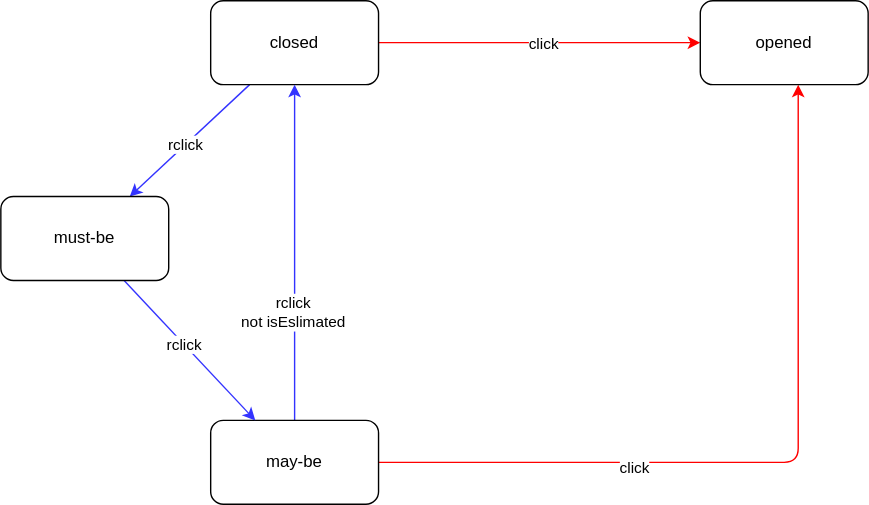
Above: app/parts/mine.memo.drawio.svg in kazumatu981/minesweeper (draw.io), before the change. Source tidied: cells renumbered, new cells last; positions are measured from the earlier drawing's top-left corner, leaving out a move shared by most shapes.
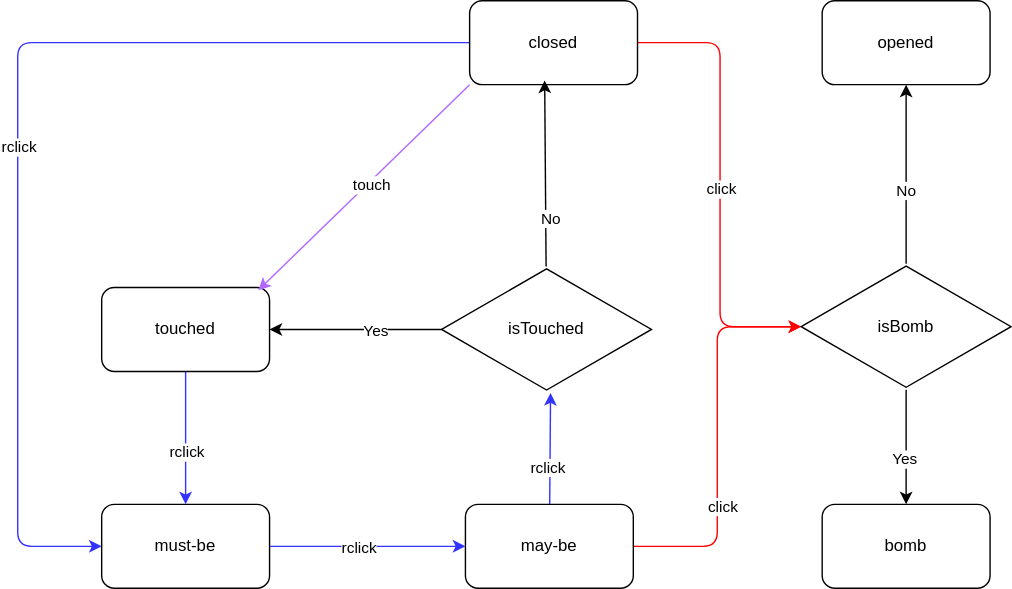
Above is the later version.

Change to the diagram source:
```diff
@@ -3,32 +3,33 @@
     <mxCell id="0" />
     <mxCell id="1" parent="0" />
     <mxCell id="2" style="edgeStyle=none;html=1;strokeColor=#3333FF;" parent="1" edge="1" source="6" target="14">
-      <mxGeometry relative="1" as="geometry" />
+      <mxGeometry relative="1" as="geometry">
+        <Array as="points">
+          <mxPoint x="-170" y="-30" />
+          <mxPoint x="-170" y="330" />
+        </Array>
+      </mxGeometry>
     </mxCell>
     <mxCell id="3" value="rclick" style="edgeLabel;html=1;align=center;verticalAlign=middle;" parent="2" vertex="1">
       <mxGeometry x="0.07" relative="1" as="geometry" />
     </mxCell>
-    <mxCell id="4" style="edgeStyle=none;html=1;strokeColor=#FF0000;" parent="1" edge="1" source="6" target="15">
+    <mxCell id="4" style="edgeStyle=elbowEdgeStyle;html=1;strokeColor=#FF0000;" parent="1" edge="1" source="6" target="28">
       <mxGeometry relative="1" as="geometry" />
     </mxCell>
     <mxCell id="5" value="click" style="edgeLabel;html=1;align=center;verticalAlign=middle;" parent="4" vertex="1">
       <mxGeometry x="0.02" relative="1" as="geometry" />
     </mxCell>
     <mxCell id="6" value="closed" style="rounded=1;whiteSpace=wrap;html=1;" parent="1" vertex="1">
-      <mxGeometry x="150" width="120" height="60" as="geometry" />
+      <mxGeometry x="153" y="-60" width="120" height="60" as="geometry" />
     </mxCell>
-    <mxCell id="7" style="edgeStyle=none;html=1;strokeColor=#3333FF;" parent="1" edge="1" source="11" target="6">
+    <mxCell id="7" style="edgeStyle=none;html=1;strokeColor=#3333FF;entryX=0.519;entryY=1.004;entryDx=0;entryDy=0;entryPerimeter=0;" parent="1" edge="1" source="11" target="18">
       <mxGeometry relative="1" as="geometry" />
     </mxCell>
-    <mxCell id="8" value="&lt;div&gt;rclick&lt;br&gt;not isEslimated&lt;/div&gt;" style="edgeLabel;html=1;align=center;verticalAlign=middle;" parent="7" vertex="1">
+    <mxCell id="8" value="rclick" style="edgeLabel;html=1;align=center;verticalAlign=middle;" parent="7" vertex="1">
       <mxGeometry x="-0.35" y="2" relative="1" as="geometry" />
     </mxCell>
-    <mxCell id="9" style="edgeStyle=elbowEdgeStyle;html=1;strokeColor=#FF0000;" parent="1" edge="1" source="11" target="15">
-      <mxGeometry relative="1" as="geometry">
-        <Array as="points">
-          <mxPoint x="570" y="210" />
-        </Array>
-      </mxGeometry>
+    <mxCell id="9" style="edgeStyle=elbowEdgeStyle;html=1;strokeColor=#FF0000;" parent="1" edge="1" source="11" target="28">
+      <mxGeometry relative="1" as="geometry" />
     </mxCell>
     <mxCell id="10" value="click" style="edgeLabel;html=1;align=center;verticalAlign=middle;" parent="9" vertex="1">
       <mxGeometry x="-0.36" y="-3" relative="1" as="geometry" />
@@ -43,10 +44,58 @@
       <mxGeometry x="-0.1" relative="1" as="geometry" />
     </mxCell>
     <mxCell id="14" value="must-be" style="rounded=1;whiteSpace=wrap;html=1;" parent="1" vertex="1">
-      <mxGeometry y="140" width="120" height="60" as="geometry" />
+      <mxGeometry x="-110" y="300" width="120" height="60" as="geometry" />
     </mxCell>
     <mxCell id="15" value="opened" style="rounded=1;whiteSpace=wrap;html=1;" parent="1" vertex="1">
-      <mxGeometry x="500" width="120" height="60" as="geometry" />
+      <mxGeometry x="405" y="-60" width="120" height="60" as="geometry" />
     </mxCell>
+    <mxCell id="16" style="edgeStyle=none;html=1;" parent="1" edge="1" source="18" target="21">
+      <mxGeometry relative="1" as="geometry" />
+    </mxCell>
+    <mxCell id="17" value="Yes" style="edgeLabel;html=1;align=center;verticalAlign=middle;" parent="16" vertex="1">
+      <mxGeometry x="-0.22" relative="1" as="geometry" />
+    </mxCell>
+    <mxCell id="18" value="isTouched" style="html=1;whiteSpace=wrap;shape=isoRectangle;" parent="1" vertex="1">
+      <mxGeometry x="133" y="130" width="150" height="90" as="geometry" />
+    </mxCell>
+    <mxCell id="19" style="edgeStyle=none;html=1;strokeColor=#3333FF;" parent="1" edge="1" source="21" target="14">
+      <mxGeometry relative="1" as="geometry" />
+    </mxCell>
+    <mxCell id="20" value="rclick" style="edgeLabel;html=1;align=center;verticalAlign=middle;" parent="19" vertex="1">
+      <mxGeometry x="0.2" relative="1" as="geometry" />
+    </mxCell>
+    <mxCell id="21" value="touched" style="rounded=1;whiteSpace=wrap;html=1;" parent="1" vertex="1">
+      <mxGeometry x="-110" y="145" width="120" height="60" as="geometry" />
+    </mxCell>
+    <mxCell id="22" style="edgeStyle=none;html=1;entryX=0.447;entryY=0.95;entryDx=0;entryDy=0;entryPerimeter=0;" parent="1" edge="1" source="18" target="6">
+      <mxGeometry relative="1" as="geometry" />
+    </mxCell>
+    <mxCell id="23" value="No" style="edgeLabel;html=1;align=center;verticalAlign=middle;" parent="22" vertex="1">
+      <mxGeometry x="-0.49" y="-3" relative="1" as="geometry" />
+    </mxCell>
+    <mxCell id="24" style="edgeStyle=none;html=1;" parent="1" edge="1" source="28" target="29">
+      <mxGeometry relative="1" as="geometry" />
+    </mxCell>
+    <mxCell id="25" value="Yes" style="edgeLabel;html=1;align=center;verticalAlign=middle;" parent="24" vertex="1">
+      <mxGeometry x="0.2" y="-2" relative="1" as="geometry" />
+    </mxCell>
+    <mxCell id="26" style="edgeStyle=none;html=1;" parent="1" edge="1" source="28" target="15">
+      <mxGeometry relative="1" as="geometry" />
+    </mxCell>
+    <mxCell id="27" value="No" style="edgeLabel;html=1;align=center;verticalAlign=middle;" parent="26" vertex="1">
+      <mxGeometry x="-0.18" y="1" relative="1" as="geometry" />
+    </mxCell>
+    <mxCell id="28" value="isBomb" style="html=1;whiteSpace=wrap;shape=isoRectangle;" parent="1" vertex="1">
+      <mxGeometry x="390" y="128" width="150" height="90" as="geometry" />
+    </mxCell>
+    <mxCell id="29" value="bomb" style="rounded=1;whiteSpace=wrap;html=1;" parent="1" vertex="1">
+      <mxGeometry x="405" y="300" width="120" height="60" as="geometry" />
+    </mxCell>
+    <mxCell id="30" style="edgeStyle=none;html=1;exitX=0;exitY=1;exitDx=0;exitDy=0;entryX=0.933;entryY=0.033;entryDx=0;entryDy=0;entryPerimeter=0;strokeColor=#B266FF;" parent="1" edge="1" source="6" target="21">
+      <mxGeometry relative="1" as="geometry" />
+    </mxCell>
+    <mxCell id="31" value="touch" style="edgeLabel;html=1;align=center;verticalAlign=middle;" parent="30" vertex="1">
+      <mxGeometry x="-0.05" y="2" relative="1" as="geometry" />
+    </mxCell>
   </root>
 </mxGraphModel>
```
